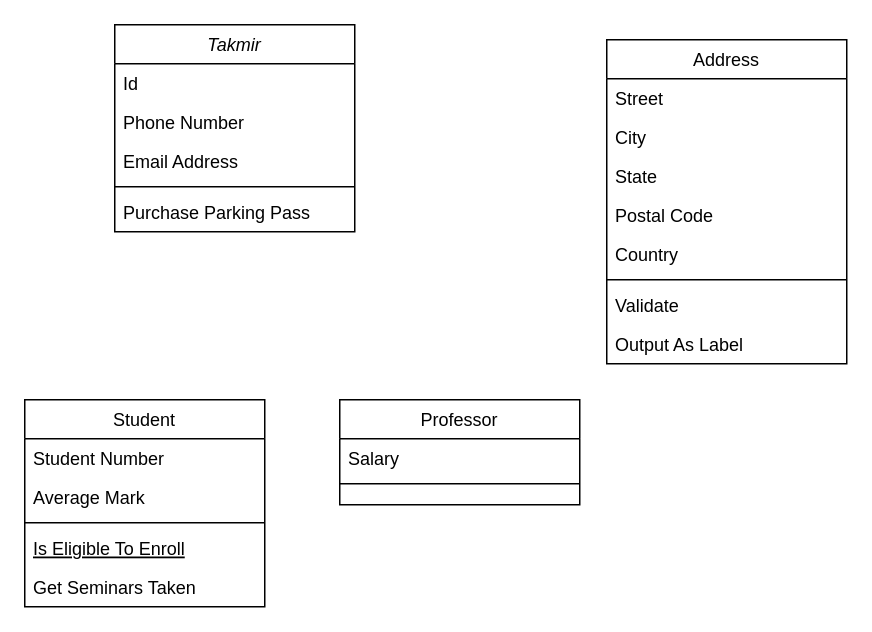
Earlier version of the draw.io diagram diagramMasjid.drawio (yudhawahyup27/Data). Source tidied: cells renumbered, new cells numbered last; positions are measured from the earlier drawing's top-left corner, leaving out a move shared by most shapes. Both pictures are drawn from the tidied source at 150%, with x=0, y=0 at pixel (24, 24).
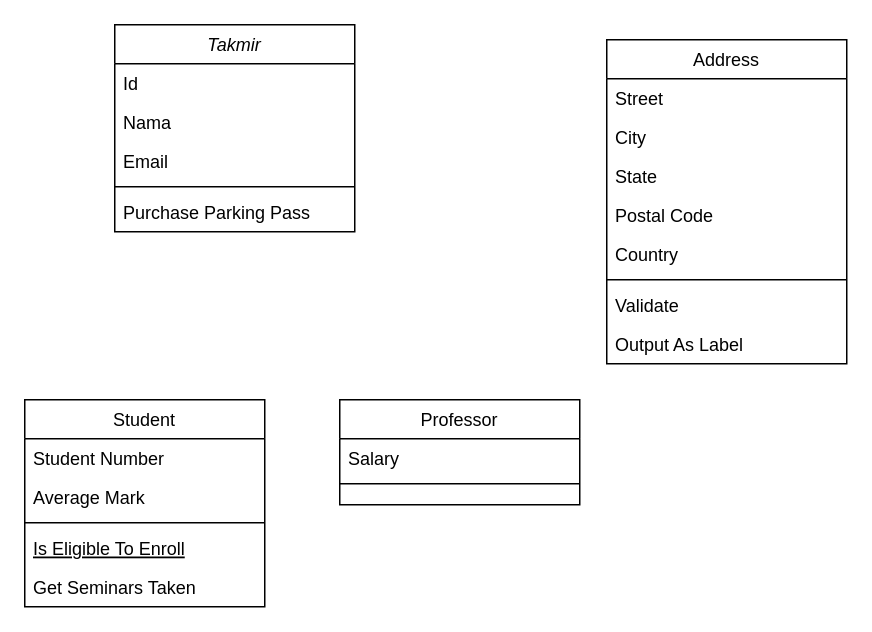
After the change.

The change refers to these unchanged cells:
```xml
<mxCell id="2" value="Takmir" style="swimlane;fontStyle=2;align=center;verticalAlign=top;horizontal=1;startSize=26;rounded=0;shadow=0;strokeWidth=1;" parent="1" vertex="1">
  <mxGeometry x="60" width="160" height="138" as="geometry" />
</mxCell>
```

Change to the diagram source:
```diff
@@
-    <mxCell id="4" value="Phone Number" style="text;align=left;verticalAlign=top;spacingLeft=4;spacingRight=4;overflow=hidden;rounded=0;shadow=0;html=0;" parent="2" vertex="1">
+    <mxCell id="4" value="Nama" style="text;align=left;verticalAlign=top;spacingLeft=4;spacingRight=4;overflow=hidden;rounded=0;shadow=0;html=0;" parent="2" vertex="1">
       <mxGeometry y="52" width="160" height="26" as="geometry" />
     </mxCell>
-    <mxCell id="5" value="Email Address" style="text;align=left;verticalAlign=top;spacingLeft=4;spacingRight=4;overflow=hidden;rounded=0;shadow=0;html=0;" parent="2" vertex="1">
+    <mxCell id="5" value="Email" style="text;align=left;verticalAlign=top;spacingLeft=4;spacingRight=4;overflow=hidden;rounded=0;shadow=0;html=0;" parent="2" vertex="1">
       <mxGeometry y="78" width="160" height="26" as="geometry" />
     </mxCell>
```
